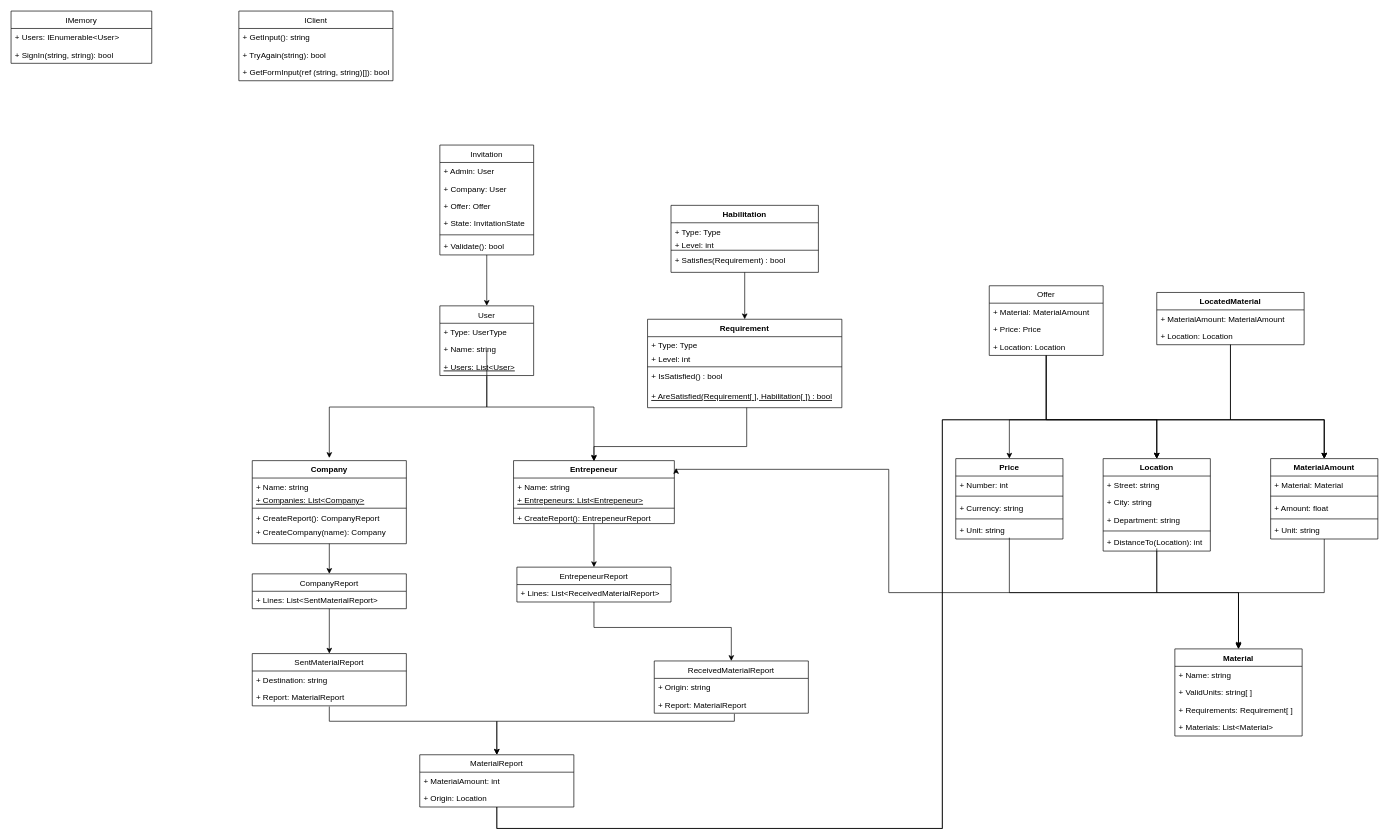
Above: Assets/UML_Diagrams/ChatBot.drawio in ProgramacionII-Equipo3/Proyecto (draw.io), before the change. Source tidied: cells renumbered, new cells numbered last; positions are measured from the earlier drawing's top-left corner, leaving out a move shared by most shapes. Both pictures are drawn from the tidied source at 67%, with x=0, y=0 at pixel (11, 11).
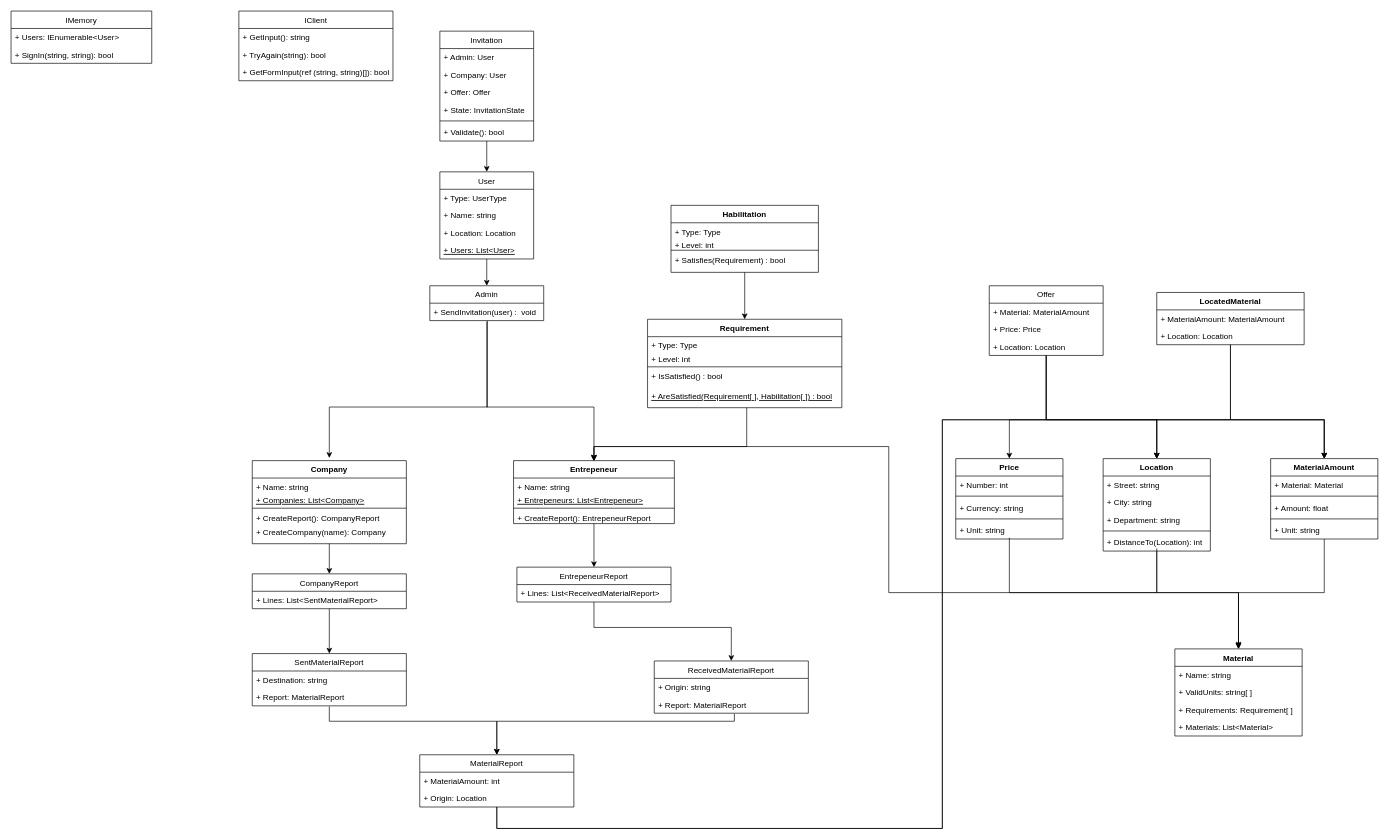
Above is the later version.

Unchanged cells that the change refers to:
```xml
<mxCell id="13" value="Entrepeneur" style="swimlane;fontStyle=1;align=center;verticalAlign=top;horizontal=1;startSize=26;" parent="1" vertex="1">
  <mxGeometry x="750" y="671" width="240" height="94" as="geometry" />
</mxCell>
```

Diff of the diagram source:
```diff
@@
     <mxCell id="35" value="Invitation" style="swimlane;fontStyle=0;horizontal=1;startSize=26;fillColor=none;" parent="1" vertex="1">
-      <mxGeometry x="640" y="200" width="140" height="164" as="geometry" />
+      <mxGeometry x="640" y="30" width="140" height="164" as="geometry" />
     </mxCell>
@@
-    <mxCell id="48" style="edgeStyle=orthogonalEdgeStyle;rounded=0;orthogonalLoop=1;jettySize=auto;html=1;entryX=1.011;entryY=0.161;entryDx=0;entryDy=0;entryPerimeter=0;" parent="1" edge="1">
+    <mxCell id="48" style="edgeStyle=orthogonalEdgeStyle;rounded=0;jettySize=auto;html=1;entryX=0.5;entryY=0;entryDx=0;entryDy=0;" parent="1" edge="1" target="13">
       <mxGeometry relative="1" as="geometry">
         <mxPoint x="1710" y="802" as="sourcePoint" />
-        <mxPoint x="992.6" y="682.1" as="targetPoint" />
         <Array as="points">
           <mxPoint x="1710" y="868" />
           <mxPoint x="1310" y="868" />
-          <mxPoint x="1310" y="684" />
+          <mxPoint x="1310" y="650" />
+          <mxPoint x="870" y="650" />
         </Array>
       </mxGeometry>
     </mxCell>
@@
-    <mxCell id="101" style="edgeStyle=orthogonalEdgeStyle;rounded=0;orthogonalLoop=1;jettySize=auto;html=1;entryX=0.5;entryY=0;entryDx=0;entryDy=0;" parent="1" edge="1">
+    <mxCell id="101" style="edgeStyle=orthogonalEdgeStyle;rounded=0;jettySize=auto;html=1;entryX=0.5;entryY=0;entryDx=0;entryDy=0;exitX=0.5;exitY=1.062;exitDx=0;exitDy=0;exitPerimeter=0;" parent="1" edge="1" source="110">
       <mxGeometry relative="1" as="geometry">
-        <mxPoint x="710" y="545" as="sourcePoint" />
         <mxPoint x="870" y="672" as="targetPoint" />
         <Array as="points">
           <mxPoint x="710" y="591" />
           <mxPoint x="870" y="591" />
         </Array>
       </mxGeometry>
     </mxCell>
-    <mxCell id="102" style="edgeStyle=orthogonalEdgeStyle;rounded=0;orthogonalLoop=1;jettySize=auto;html=1;entryX=0.5;entryY=0;entryDx=0;entryDy=0;" parent="1" edge="1">
+    <mxCell id="102" style="edgeStyle=orthogonalEdgeStyle;rounded=0;jettySize=auto;html=1;entryX=0.5;entryY=0;entryDx=0;entryDy=0;exitX=0.5;exitY=1.036;exitDx=0;exitDy=0;exitPerimeter=0;" parent="1" edge="1" source="110">
       <mxGeometry relative="1" as="geometry">
-        <mxPoint x="710.1" y="507" as="sourcePoint" />
         <mxPoint x="475" y="667" as="targetPoint" />
         <Array as="points">
-          <mxPoint x="710" y="591" />
+          <mxPoint x="711" y="463" />
+          <mxPoint x="711" y="591" />
           <mxPoint x="475" y="591" />
         </Array>
       </mxGeometry>
     </mxCell>
+    <mxCell id="107" style="edgeStyle=orthogonalEdgeStyle;rounded=0;jettySize=auto;html=1;entryX=0.5;entryY=0;entryDx=0;entryDy=0;" parent="1" edge="1" source="103" target="109">
+      <mxGeometry relative="1" as="geometry" />
+    </mxCell>
     <mxCell id="103" value="User" style="swimlane;fontStyle=0;horizontal=1;startSize=26;fillColor=none;" parent="1" vertex="1">
-      <mxGeometry x="640" y="440" width="140" height="104" as="geometry" />
+      <mxGeometry x="640" y="240" width="140" height="130" as="geometry" />
     </mxCell>
@@
+    <mxCell id="108" value="+ Location: Location" style="text;strokeColor=none;fillColor=none;align=left;verticalAlign=top;spacingLeft=4;spacingRight=4;overflow=hidden;" parent="103" vertex="1">
+      <mxGeometry y="78" width="140" height="26" as="geometry" />
+    </mxCell>
     <mxCell id="106" value="+ Users: List&lt;User&gt;" style="text;strokeColor=none;fillColor=none;align=left;verticalAlign=top;spacingLeft=4;spacingRight=4;overflow=hidden;fontStyle=4;" parent="103" vertex="1">
-      <mxGeometry y="78" width="140" height="26" as="geometry" />
+      <mxGeometry y="104" width="140" height="26" as="geometry" />
     </mxCell>
+    <mxCell id="109" value="Admin" style="swimlane;fontStyle=0;horizontal=1;startSize=26;fillColor=none;" parent="1" vertex="1">
+      <mxGeometry x="625" y="410" width="170" height="52" as="geometry" />
+    </mxCell>
+    <mxCell id="110" value="+ SendInvitation(user) :  void" style="text;strokeColor=none;fillColor=none;align=left;verticalAlign=top;spacingLeft=4;spacingRight=4;overflow=hidden;points=[[0,0.5],[1,0.5]];portConstraint=eastwest;" parent="109" vertex="1">
+      <mxGeometry y="26" width="170" height="26" as="geometry" />
+    </mxCell>
```
